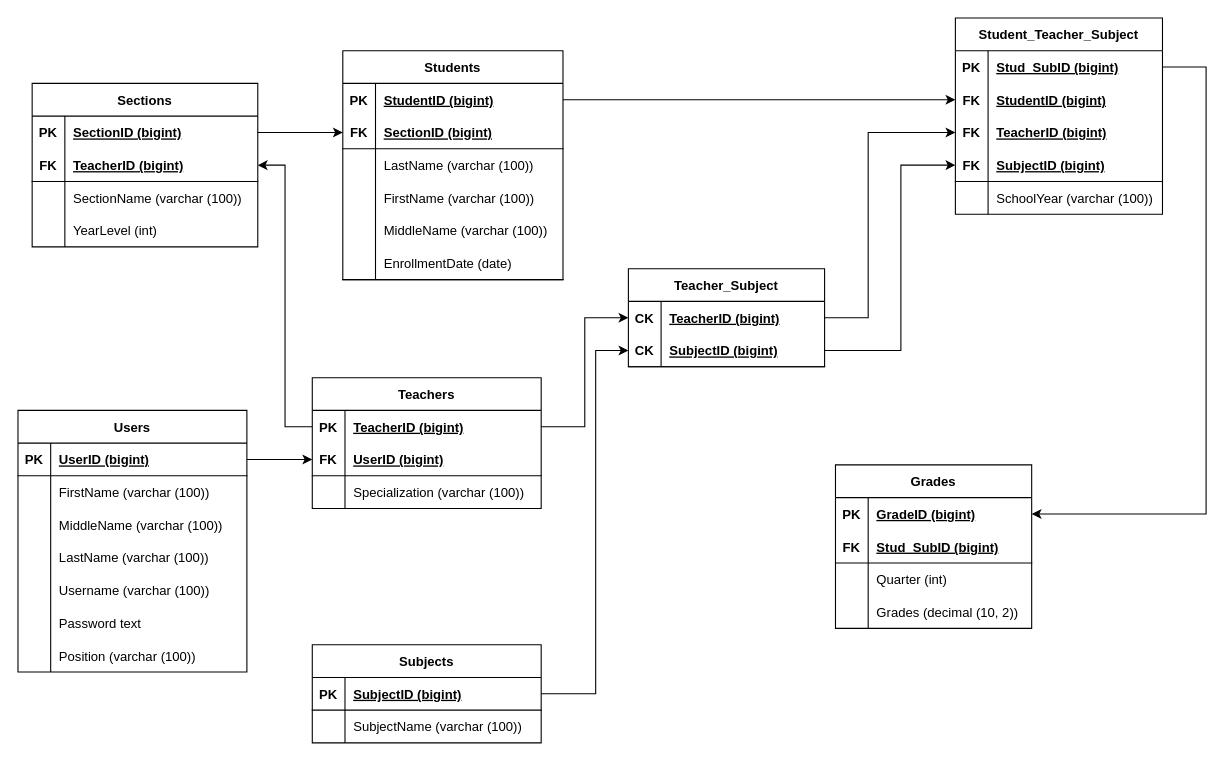
The draw.io diagram page "Star Schema" (1 of 6) of Documentation/Final_TP.drawio in vibarmiles/Grading-System, before the edit. Source tidied: cells renumbered, new cells numbered last; positions are measured from the earlier drawing's top-left corner, leaving out a move shared by most shapes. Both pictures are drawn from the tidied source at 109%, with x=0, y=0 at pixel (17, 17).
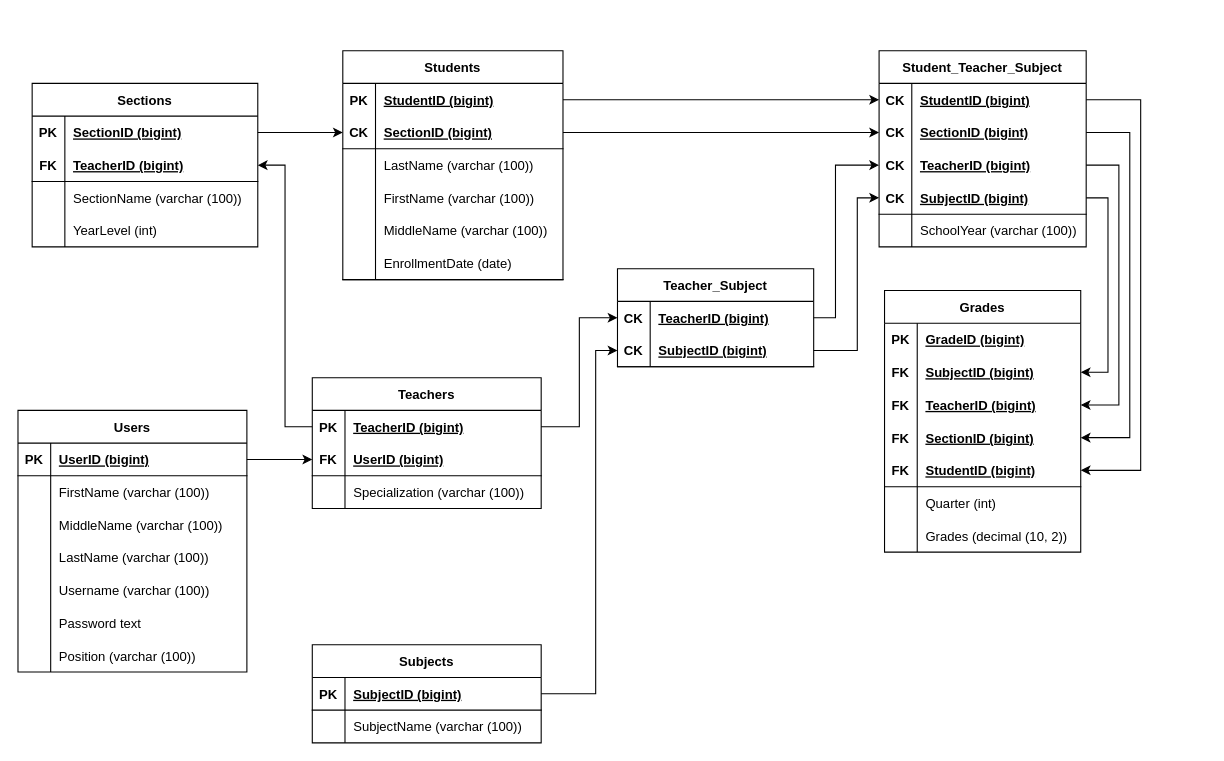
The same page after the edit.

Unchanged cells that the change refers to:
```xml
<mxCell id="3" style="shape=tableRow;horizontal=0;startSize=0;swimlaneHead=0;swimlaneBody=0;fillColor=none;points=[[0,0.5],[1,0.5]];portConstraint=eastwest;top=0;left=0;right=0;bottom=0;" parent="2" vertex="1">
  <mxGeometry y="30" width="180" height="30" as="geometry" />
</mxCell>
<mxCell id="6" style="shape=tableRow;horizontal=0;startSize=0;swimlaneHead=0;swimlaneBody=0;fillColor=none;points=[[0,0.5],[1,0.5]];portConstraint=eastwest;top=0;left=0;right=0;bottom=1;" parent="2" vertex="1">
  <mxGeometry y="60" width="180" height="30" as="geometry" />
</mxCell>
<mxCell id="13" style="shape=tableRow;horizontal=0;startSize=0;swimlaneHead=0;swimlaneBody=0;fillColor=none;points=[[0,0.5],[1,0.5]];portConstraint=eastwest;top=0;left=0;right=0;bottom=1;" parent="9" vertex="1">
  <mxGeometry y="60" width="202" height="30" as="geometry" />
</mxCell>
<mxCell id="29" style="shape=tableRow;horizontal=0;startSize=0;swimlaneHead=0;swimlaneBody=0;fillColor=none;points=[[0,0.5],[1,0.5]];portConstraint=eastwest;top=0;left=0;right=0;bottom=0;" parent="28" vertex="1">
  <mxGeometry y="30" width="180" height="30" as="geometry" />
</mxCell>
<mxCell id="42" style="shape=tableRow;horizontal=0;startSize=0;swimlaneHead=0;swimlaneBody=0;fillColor=none;points=[[0,0.5],[1,0.5]];portConstraint=eastwest;top=0;left=0;right=0;bottom=1;" parent="41" vertex="1">
  <mxGeometry y="30" width="210" height="30" as="geometry" />
</mxCell>
<mxCell id="80" style="shape=tableRow;horizontal=0;startSize=0;swimlaneHead=0;swimlaneBody=0;fillColor=none;points=[[0,0.5],[1,0.5]];portConstraint=eastwest;top=0;left=0;right=0;bottom=1;" parent="76" vertex="1">
  <mxGeometry y="60" width="210" height="30" as="geometry" />
</mxCell>
<mxCell id="93" style="shape=tableRow;horizontal=0;startSize=0;swimlaneHead=0;swimlaneBody=0;fillColor=none;points=[[0,0.5],[1,0.5]];portConstraint=eastwest;top=0;left=0;right=0;bottom=0;" parent="86" vertex="1">
  <mxGeometry y="90" width="190" height="30" as="geometry" />
</mxCell>
<mxCell id="96" style="shape=tableRow;horizontal=0;startSize=0;swimlaneHead=0;swimlaneBody=0;fillColor=none;points=[[0,0.5],[1,0.5]];portConstraint=eastwest;top=0;left=0;right=0;bottom=1;" parent="86" vertex="1">
  <mxGeometry y="120" width="190" height="30" as="geometry" />
</mxCell>
```

What changed in the source:
```diff
@@
     <mxCell id="2" value="Teacher_Subject" style="shape=table;startSize=30;childLayout=tableLayout;rowLines=0;fontStyle=1;align=center;" parent="1" vertex="1">
-      <mxGeometry x="560" y="230" width="180" height="90" as="geometry" />
+      <mxGeometry x="550" y="230" width="180" height="90" as="geometry" />
     </mxCell>
@@
-    <mxCell id="14" value="FK" style="shape=partialRectangle;fillColor=none;top=0;left=0;bottom=0;right=0;fontStyle=1;overflow=hidden;" parent="13" vertex="1">
+    <mxCell id="14" value="CK" style="shape=partialRectangle;fillColor=none;top=0;left=0;bottom=0;right=0;fontStyle=1;overflow=hidden;" parent="13" vertex="1">
       <mxGeometry width="30" height="30" as="geometry" />
     </mxCell>
@@
     <mxCell id="28" value="Grades" style="shape=table;startSize=30;childLayout=tableLayout;rowLines=0;fontStyle=1;align=center;flipH=0;" parent="1" vertex="1">
-      <mxGeometry x="750" y="410" width="180" height="150" as="geometry" />
+      <mxGeometry x="795" y="250" width="180" height="240" as="geometry" />
     </mxCell>
@@
+    <mxCell id="118" style="shape=tableRow;horizontal=0;startSize=0;swimlaneHead=0;swimlaneBody=0;fillColor=none;points=[[0,0.5],[1,0.5]];portConstraint=eastwest;top=0;left=0;right=0;bottom=0;" parent="28" vertex="1">
+      <mxGeometry y="60" width="180" height="30" as="geometry" />
+    </mxCell>
+    <mxCell id="119" value="FK" style="shape=partialRectangle;fillColor=none;top=0;left=0;bottom=0;right=0;fontStyle=1;overflow=hidden;" parent="118" vertex="1">
+      <mxGeometry width="30" height="30" as="geometry" />
+    </mxCell>
+    <mxCell id="120" value="SubjectID (bigint)" style="shape=partialRectangle;fillColor=none;top=0;left=0;bottom=0;right=0;align=left;spacingLeft=6;fontStyle=5;overflow=hidden;" parent="118" vertex="1">
+      <mxGeometry x="30" width="150" height="30" as="geometry" />
+    </mxCell>
+    <mxCell id="121" style="shape=tableRow;horizontal=0;startSize=0;swimlaneHead=0;swimlaneBody=0;fillColor=none;points=[[0,0.5],[1,0.5]];portConstraint=eastwest;top=0;left=0;right=0;bottom=0;" parent="28" vertex="1">
+      <mxGeometry y="90" width="180" height="30" as="geometry" />
+    </mxCell>
+    <mxCell id="122" value="FK" style="shape=partialRectangle;fillColor=none;top=0;left=0;bottom=0;right=0;fontStyle=1;overflow=hidden;" parent="121" vertex="1">
+      <mxGeometry width="30" height="30" as="geometry" />
+    </mxCell>
+    <mxCell id="123" value="TeacherID (bigint)" style="shape=partialRectangle;fillColor=none;top=0;left=0;bottom=0;right=0;align=left;spacingLeft=6;fontStyle=5;overflow=hidden;" parent="121" vertex="1">
+      <mxGeometry x="30" width="150" height="30" as="geometry" />
+    </mxCell>
+    <mxCell id="124" style="shape=tableRow;horizontal=0;startSize=0;swimlaneHead=0;swimlaneBody=0;fillColor=none;points=[[0,0.5],[1,0.5]];portConstraint=eastwest;top=0;left=0;right=0;bottom=0;" parent="28" vertex="1">
+      <mxGeometry y="120" width="180" height="30" as="geometry" />
+    </mxCell>
+    <mxCell id="125" value="FK" style="shape=partialRectangle;fillColor=none;top=0;left=0;bottom=0;right=0;fontStyle=1;overflow=hidden;" parent="124" vertex="1">
+      <mxGeometry width="30" height="30" as="geometry" />
+    </mxCell>
+    <mxCell id="126" value="SectionID (bigint)" style="shape=partialRectangle;fillColor=none;top=0;left=0;bottom=0;right=0;align=left;spacingLeft=6;fontStyle=5;overflow=hidden;" parent="124" vertex="1">
+      <mxGeometry x="30" width="150" height="30" as="geometry" />
+    </mxCell>
     <mxCell id="32" style="shape=tableRow;horizontal=0;startSize=0;swimlaneHead=0;swimlaneBody=0;fillColor=none;points=[[0,0.5],[1,0.5]];portConstraint=eastwest;top=0;left=0;right=0;bottom=1;" parent="28" vertex="1">
-      <mxGeometry y="60" width="180" height="30" as="geometry" />
+      <mxGeometry y="150" width="180" height="30" as="geometry" />
     </mxCell>
@@
-    <mxCell id="34" value="Stud_SubID (bigint)" style="shape=partialRectangle;fillColor=none;top=0;left=0;bottom=0;right=0;align=left;spacingLeft=6;fontStyle=5;overflow=hidden;" parent="32" vertex="1">
+    <mxCell id="34" value="StudentID (bigint)" style="shape=partialRectangle;fillColor=none;top=0;left=0;bottom=0;right=0;align=left;spacingLeft=6;fontStyle=5;overflow=hidden;" parent="32" vertex="1">
       <mxGeometry x="30" width="150" height="30" as="geometry" />
     </mxCell>
     <mxCell id="35" style="shape=tableRow;horizontal=0;startSize=0;swimlaneHead=0;swimlaneBody=0;fillColor=none;top=0;left=0;right=0;bottom=0;" parent="28" vertex="1">
-      <mxGeometry y="90" width="180" height="30" as="geometry" />
+      <mxGeometry y="180" width="180" height="30" as="geometry" />
     </mxCell>
@@
     <mxCell id="38" style="shape=tableRow;horizontal=0;startSize=0;swimlaneHead=0;swimlaneBody=0;fillColor=none;top=0;left=0;right=0;bottom=0;" parent="28" vertex="1">
-      <mxGeometry y="120" width="180" height="30" as="geometry" />
+      <mxGeometry y="210" width="180" height="30" as="geometry" />
     </mxCell>
@@
     <mxCell id="86" value="Student_Teacher_Subject" style="shape=table;startSize=30;childLayout=tableLayout;rowLines=0;fontStyle=1;align=center;flipH=0;" parent="1" vertex="1">
-      <mxGeometry x="860" width="190" height="180" as="geometry" />
+      <mxGeometry x="790" y="30" width="190" height="180" as="geometry" />
     </mxCell>
-    <mxCell id="87" style="shape=tableRow;horizontal=0;startSize=0;swimlaneHead=0;swimlaneBody=0;fillColor=none;points=[[0,0.5],[1,0.5]];portConstraint=eastwest;top=0;left=0;right=0;bottom=0;" parent="86" vertex="1">
-      <mxGeometry y="30" width="190" height="30" as="geometry" />
-    </mxCell>
-    <mxCell id="88" value="PK" style="shape=partialRectangle;fillColor=none;top=0;left=0;bottom=0;right=0;fontStyle=1;overflow=hidden;" parent="87" vertex="1">
-      <mxGeometry width="30" height="30" as="geometry" />
-    </mxCell>
-    <mxCell id="89" value="Stud_SubID (bigint)" style="shape=partialRectangle;fillColor=none;top=0;left=0;bottom=0;right=0;align=left;spacingLeft=6;fontStyle=5;overflow=hidden;" parent="87" vertex="1">
-      <mxGeometry x="30" width="160" height="30" as="geometry" />
-    </mxCell>
     <mxCell id="90" style="shape=tableRow;horizontal=0;startSize=0;swimlaneHead=0;swimlaneBody=0;fillColor=none;points=[[0,0.5],[1,0.5]];portConstraint=eastwest;top=0;left=0;right=0;bottom=0;" parent="86" vertex="1">
-      <mxGeometry y="60" width="190" height="30" as="geometry" />
+      <mxGeometry y="30" width="190" height="30" as="geometry" />
     </mxCell>
-    <mxCell id="91" value="FK" style="shape=partialRectangle;fillColor=none;top=0;left=0;bottom=0;right=0;fontStyle=1;overflow=hidden;" parent="90" vertex="1">
+    <mxCell id="91" value="CK" style="shape=partialRectangle;fillColor=none;top=0;left=0;bottom=0;right=0;fontStyle=1;overflow=hidden;" parent="90" vertex="1">
       <mxGeometry width="30" height="30" as="geometry" />
     </mxCell>
@@
+    <mxCell id="127" style="shape=tableRow;horizontal=0;startSize=0;swimlaneHead=0;swimlaneBody=0;fillColor=none;points=[[0,0.5],[1,0.5]];portConstraint=eastwest;top=0;left=0;right=0;bottom=0;" parent="86" vertex="1">
+      <mxGeometry y="60" width="190" height="30" as="geometry" />
+    </mxCell>
+    <mxCell id="128" value="CK" style="shape=partialRectangle;fillColor=none;top=0;left=0;bottom=0;right=0;fontStyle=1;overflow=hidden;" parent="127" vertex="1">
+      <mxGeometry width="30" height="30" as="geometry" />
+    </mxCell>
+    <mxCell id="129" value="SectionID (bigint)" style="shape=partialRectangle;fillColor=none;top=0;left=0;bottom=0;right=0;align=left;spacingLeft=6;fontStyle=5;overflow=hidden;" parent="127" vertex="1">
+      <mxGeometry x="30" width="160" height="30" as="geometry" />
+    </mxCell>
@@
-    <mxCell id="94" value="FK" style="shape=partialRectangle;fillColor=none;top=0;left=0;bottom=0;right=0;fontStyle=1;overflow=hidden;" parent="93" vertex="1">
+    <mxCell id="94" value="CK" style="shape=partialRectangle;fillColor=none;top=0;left=0;bottom=0;right=0;fontStyle=1;overflow=hidden;" parent="93" vertex="1">
       <mxGeometry width="30" height="30" as="geometry" />
     </mxCell>
@@
-    <mxCell id="97" value="FK" style="shape=partialRectangle;fillColor=none;top=0;left=0;bottom=0;right=0;fontStyle=1;overflow=hidden;" parent="96" vertex="1">
+    <mxCell id="97" value="CK" style="shape=partialRectangle;fillColor=none;top=0;left=0;bottom=0;right=0;fontStyle=1;overflow=hidden;" parent="96" vertex="1">
       <mxGeometry width="30" height="30" as="geometry" />
     </mxCell>
@@
+    <mxCell id="114" style="edgeStyle=orthogonalEdgeStyle;rounded=0;jettySize=auto;html=1;entryX=0;entryY=0.5;entryDx=0;entryDy=0;" parent="1" edge="1" source="42" target="80">
+      <mxGeometry relative="1" as="geometry" />
+    </mxCell>
+    <mxCell id="117" style="edgeStyle=orthogonalEdgeStyle;rounded=0;jettySize=auto;html=1;entryX=1;entryY=0.5;entryDx=0;entryDy=0;" parent="1" edge="1" target="29">
+      <mxGeometry relative="1" as="geometry">
+        <Array as="points">
+          <mxPoint x="1090" y="45" />
+          <mxPoint x="1090" y="455" />
+        </Array>
+      </mxGeometry>
+    </mxCell>
@@
-    <mxCell id="114" style="edgeStyle=orthogonalEdgeStyle;rounded=0;jettySize=auto;html=1;entryX=0;entryY=0.5;entryDx=0;entryDy=0;" parent="1" edge="1" source="42" target="80">
-      <mxGeometry relative="1" as="geometry" />
-    </mxCell>
+    <mxCell id="130" style="edgeStyle=orthogonalEdgeStyle;rounded=0;jettySize=auto;html=1;entryX=0;entryY=0.5;entryDx=0;entryDy=0;" parent="1" edge="1" source="13" target="127">
+      <mxGeometry relative="1" as="geometry" />
+    </mxCell>
     <mxCell id="115" style="edgeStyle=orthogonalEdgeStyle;rounded=0;jettySize=auto;html=1;entryX=0;entryY=0.5;entryDx=0;entryDy=0;" parent="1" edge="1" source="3" target="93">
       <mxGeometry relative="1" as="geometry">
         <Array as="points">
-          <mxPoint x="780" y="275" />
-          <mxPoint x="780" y="105" />
+          <mxPoint x="750" y="275" />
+          <mxPoint x="750" y="135" />
         </Array>
       </mxGeometry>
     </mxCell>
     <mxCell id="116" style="edgeStyle=orthogonalEdgeStyle;rounded=0;jettySize=auto;html=1;entryX=0;entryY=0.5;entryDx=0;entryDy=0;" parent="1" edge="1" source="6" target="96">
       <mxGeometry relative="1" as="geometry">
         <Array as="points">
-          <mxPoint x="810" y="305" />
-          <mxPoint x="810" y="135" />
+          <mxPoint x="770" y="305" />
+          <mxPoint x="770" y="165" />
         </Array>
       </mxGeometry>
     </mxCell>
-    <mxCell id="117" style="edgeStyle=orthogonalEdgeStyle;rounded=0;jettySize=auto;html=1;entryX=1;entryY=0.5;entryDx=0;entryDy=0;" parent="1" edge="1" source="87" target="29">
-      <mxGeometry relative="1" as="geometry">
-        <Array as="points">
-          <mxPoint x="1090" y="45" />
-          <mxPoint x="1090" y="455" />
-        </Array>
-      </mxGeometry>
-    </mxCell>
+    <mxCell id="131" style="edgeStyle=orthogonalEdgeStyle;rounded=0;jettySize=auto;html=1;entryX=1;entryY=0.5;entryDx=0;entryDy=0;" parent="1" edge="1" source="96" target="118">
+      <mxGeometry relative="1" as="geometry">
+        <Array as="points">
+          <mxPoint x="1000" y="165" />
+          <mxPoint x="1000" y="325" />
+        </Array>
+      </mxGeometry>
+    </mxCell>
+    <mxCell id="132" style="edgeStyle=orthogonalEdgeStyle;rounded=0;jettySize=auto;html=1;entryX=1;entryY=0.5;entryDx=0;entryDy=0;" parent="1" edge="1" source="93" target="121">
+      <mxGeometry relative="1" as="geometry">
+        <Array as="points">
+          <mxPoint x="1010" y="135" />
+          <mxPoint x="1010" y="355" />
+        </Array>
+      </mxGeometry>
+    </mxCell>
+    <mxCell id="133" style="edgeStyle=orthogonalEdgeStyle;rounded=0;jettySize=auto;html=1;entryX=1;entryY=0.5;entryDx=0;entryDy=0;" parent="1" edge="1" source="127" target="124">
+      <mxGeometry relative="1" as="geometry">
+        <Array as="points">
+          <mxPoint x="1020" y="105" />
+          <mxPoint x="1020" y="385" />
+        </Array>
+      </mxGeometry>
+    </mxCell>
+    <mxCell id="134" style="edgeStyle=orthogonalEdgeStyle;rounded=0;jettySize=auto;html=1;entryX=1;entryY=0.5;entryDx=0;entryDy=0;" parent="1" edge="1" source="90" target="32">
+      <mxGeometry relative="1" as="geometry">
+        <Array as="points">
+          <mxPoint x="1030" y="75" />
+          <mxPoint x="1030" y="415" />
+        </Array>
+      </mxGeometry>
+    </mxCell>
```
